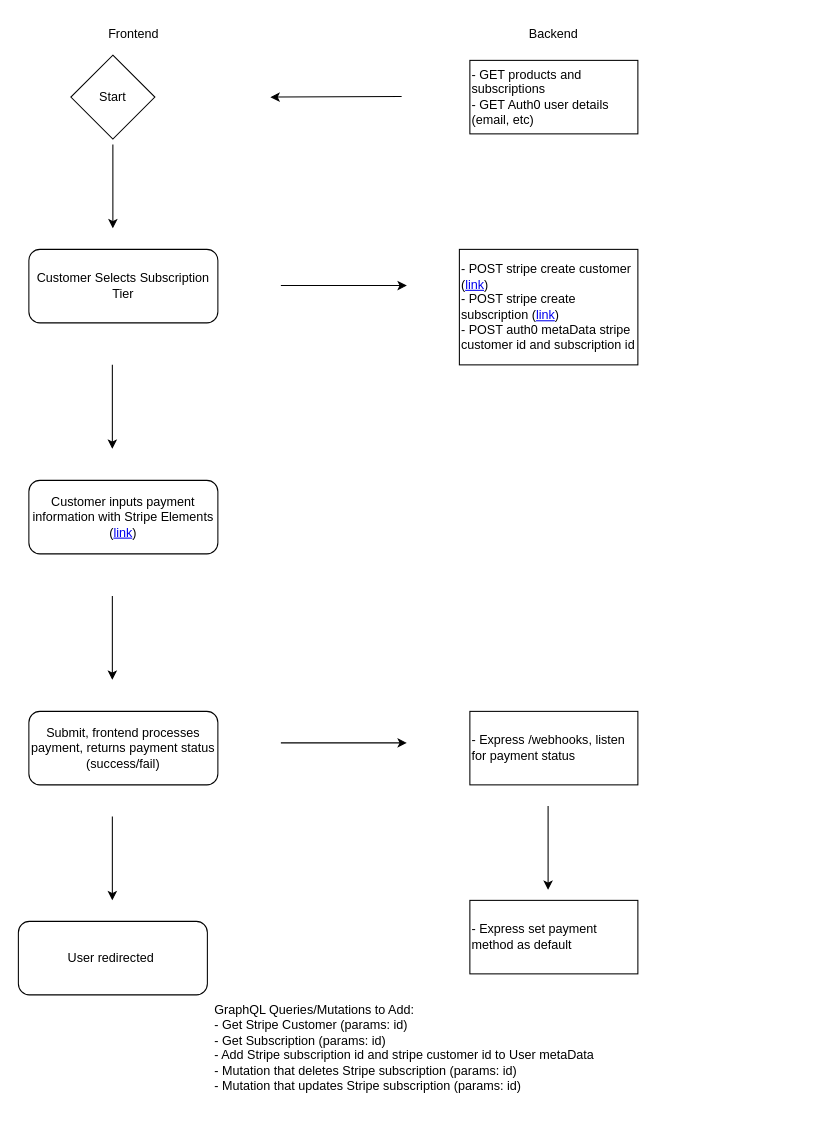
Above: Untitled Diagram.drawio in kc9gpj/testApp (draw.io), before the change. Source tidied: cells renumbered, new cells numbered last; positions are measured from the earlier drawing's top-left corner, leaving out a move shared by most shapes. Both pictures are drawn from the tidied source at 105%, with x=0, y=0 at pixel (18, 18).
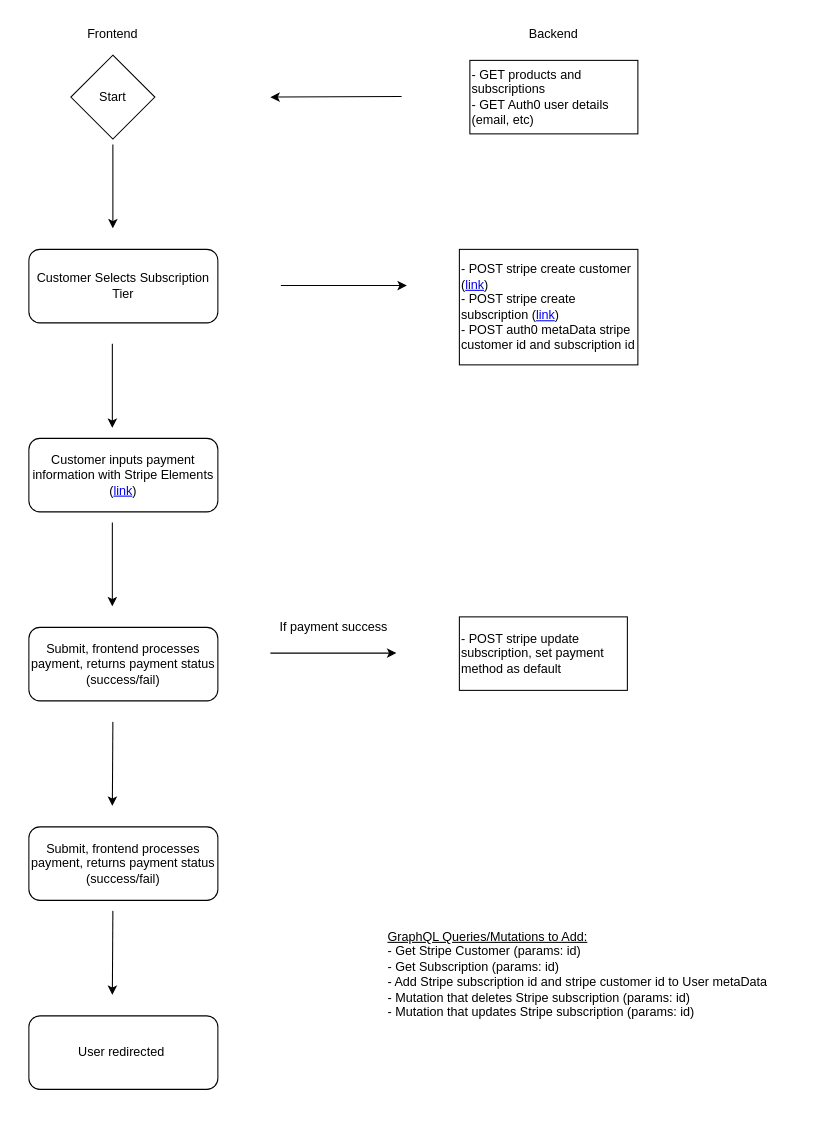
The same diagram, later.

What changed in the source:
```diff
@@
     <mxCell id="4" value="Frontend" style="text;html=1;strokeColor=none;fillColor=none;align=center;verticalAlign=middle;whiteSpace=wrap;rounded=0;" parent="1" vertex="1">
-      <mxGeometry x="80" width="60" height="30" as="geometry" />
+      <mxGeometry x="60" width="60" height="30" as="geometry" />
     </mxCell>
@@
     <mxCell id="9" style="endArrow=classic;html=1;rounded=0;" parent="1" edge="1">
       <mxGeometry relative="1" as="geometry">
-        <mxPoint x="89.5" y="330" as="sourcePoint" />
-        <mxPoint x="89.5" y="410" as="targetPoint" />
+        <mxPoint x="89.5" y="310" as="sourcePoint" />
+        <mxPoint x="89.5" y="390" as="targetPoint" />
       </mxGeometry>
     </mxCell>
     <mxCell id="10" value="Customer inputs payment information with Stripe Elements (&lt;a href=&quot;https://stripe.com/docs/payments/elements&quot;&gt;link&lt;/a&gt;)" style="rounded=1;whiteSpace=wrap;html=1;" parent="1" vertex="1">
-      <mxGeometry x="10" y="440" width="180" height="70" as="geometry" />
+      <mxGeometry x="10" y="400" width="180" height="70" as="geometry" />
     </mxCell>
     <mxCell id="11" style="endArrow=classic;html=1;rounded=0;" parent="1" edge="1">
       <mxGeometry relative="1" as="geometry">
-        <mxPoint x="89.5" y="550" as="sourcePoint" />
-        <mxPoint x="89.5" y="630" as="targetPoint" />
+        <mxPoint x="89.5" y="480" as="sourcePoint" />
+        <mxPoint x="89.5" y="560" as="targetPoint" />
       </mxGeometry>
     </mxCell>
     <mxCell id="12" value="Submit, frontend processes payment, returns payment status (success/fail)" style="rounded=1;whiteSpace=wrap;html=1;" parent="1" vertex="1">
-      <mxGeometry x="10" y="660" width="180" height="70" as="geometry" />
+      <mxGeometry x="10" y="580" width="180" height="70" as="geometry" />
     </mxCell>
     <mxCell id="13" style="endArrow=classic;html=1;rounded=0;" parent="1" edge="1">
       <mxGeometry relative="1" as="geometry">
-        <mxPoint x="89.5" y="760" as="sourcePoint" />
-        <mxPoint x="89.5" y="840" as="targetPoint" />
+        <mxPoint x="90" y="850" as="sourcePoint" />
+        <mxPoint x="89.5" y="930" as="targetPoint" />
       </mxGeometry>
     </mxCell>
     <mxCell id="14" value="User redirected&amp;nbsp;" style="rounded=1;whiteSpace=wrap;html=1;" parent="1" vertex="1">
-      <mxGeometry y="860" width="180" height="70" as="geometry" />
+      <mxGeometry x="10" y="950" width="180" height="70" as="geometry" />
     </mxCell>
-    <mxCell id="15" value="&lt;div&gt;&lt;span&gt;GraphQL Queries/Mutations to Add:&lt;/span&gt;&lt;/div&gt;&lt;div&gt;&lt;span&gt;- Get Stripe Customer (params: id)&lt;/span&gt;&lt;/div&gt;&lt;div&gt;&lt;span&gt;- Get Subscription (params: id)&lt;/span&gt;&lt;/div&gt;&lt;div&gt;&lt;span&gt;- Add Stripe subscription id and stripe customer id to User metaData&lt;/span&gt;&lt;/div&gt;&lt;div&gt;&lt;span&gt;- Mutation that deletes Stripe subscription&amp;nbsp;(params: id)&lt;br&gt;- Mutation that updates Stripe subscription (params: id)&lt;/span&gt;&lt;/div&gt;&lt;div&gt;&lt;span&gt;&lt;br&gt;&lt;br&gt;&lt;/span&gt;&lt;/div&gt;" style="text;html=1;strokeColor=none;fillColor=none;align=left;verticalAlign=middle;whiteSpace=wrap;rounded=0;" parent="1" vertex="1">
-      <mxGeometry x="185" y="940" width="400" height="110" as="geometry" />
+    <mxCell id="15" value="&lt;div&gt;&lt;span&gt;&lt;u&gt;GraphQL Queries/Mutations to Add:&lt;/u&gt;&lt;/span&gt;&lt;/div&gt;&lt;div&gt;&lt;span&gt;- Get Stripe Customer (params: id)&lt;/span&gt;&lt;/div&gt;&lt;div&gt;&lt;span&gt;- Get Subscription (params: id)&lt;/span&gt;&lt;/div&gt;&lt;div&gt;&lt;span&gt;- Add Stripe subscription id and stripe customer id to User metaData&lt;/span&gt;&lt;/div&gt;&lt;div&gt;&lt;span&gt;- Mutation that deletes Stripe subscription&amp;nbsp;(params: id)&lt;br&gt;- Mutation that updates Stripe subscription (params: id)&lt;/span&gt;&lt;/div&gt;&lt;div&gt;&lt;span&gt;&lt;br&gt;&lt;br&gt;&lt;/span&gt;&lt;/div&gt;" style="text;html=1;strokeColor=none;fillColor=none;align=left;verticalAlign=middle;whiteSpace=wrap;rounded=0;" parent="1" vertex="1">
+      <mxGeometry x="350" y="870" width="400" height="110" as="geometry" />
     </mxCell>
-    <mxCell id="16" value="- Express /webhooks, listen for payment status" style="rounded=0;whiteSpace=wrap;html=1;align=left;" parent="1" vertex="1">
-      <mxGeometry x="430" y="660" width="160" height="70" as="geometry" />
+    <mxCell id="16" value="- POST stripe update subscription, set payment method as default" style="rounded=0;whiteSpace=wrap;html=1;align=left;" parent="1" vertex="1">
+      <mxGeometry x="420" y="570" width="160" height="70" as="geometry" />
     </mxCell>
     <mxCell id="17" style="endArrow=classic;html=1;rounded=0;" parent="1" edge="1">
       <mxGeometry relative="1" as="geometry">
-        <mxPoint x="250" y="690" as="sourcePoint" />
-        <mxPoint x="370" y="690" as="targetPoint" />
+        <mxPoint x="240" y="604.5" as="sourcePoint" />
+        <mxPoint x="360" y="604.5" as="targetPoint" />
       </mxGeometry>
     </mxCell>
-    <mxCell id="18" style="endArrow=classic;html=1;rounded=0;" parent="1" edge="1">
-      <mxGeometry relative="1" as="geometry">
-        <mxPoint x="504.5" y="750" as="sourcePoint" />
-        <mxPoint x="504.5" y="830" as="targetPoint" />
-      </mxGeometry>
-    </mxCell>
-    <mxCell id="19" value="- Express set payment method as default" style="rounded=0;whiteSpace=wrap;html=1;align=left;" parent="1" vertex="1">
-      <mxGeometry x="430" y="840" width="160" height="70" as="geometry" />
-    </mxCell>
@@
+    <mxCell id="22" value="Submit, frontend processes payment, returns payment status (success/fail)" style="rounded=1;whiteSpace=wrap;html=1;" parent="1" vertex="1">
+      <mxGeometry x="10" y="770" width="180" height="70" as="geometry" />
+    </mxCell>
+    <mxCell id="23" style="endArrow=classic;html=1;rounded=0;" parent="1" edge="1">
+      <mxGeometry relative="1" as="geometry">
+        <mxPoint x="90" y="670" as="sourcePoint" />
+        <mxPoint x="89.5" y="750" as="targetPoint" />
+      </mxGeometry>
+    </mxCell>
+    <mxCell id="24" value="If payment success" style="text;html=1;align=center;verticalAlign=middle;strokeColor=none;fillColor=none;" parent="1" vertex="1">
+      <mxGeometry x="240" y="570" width="120" height="20" as="geometry" />
+    </mxCell>
```
